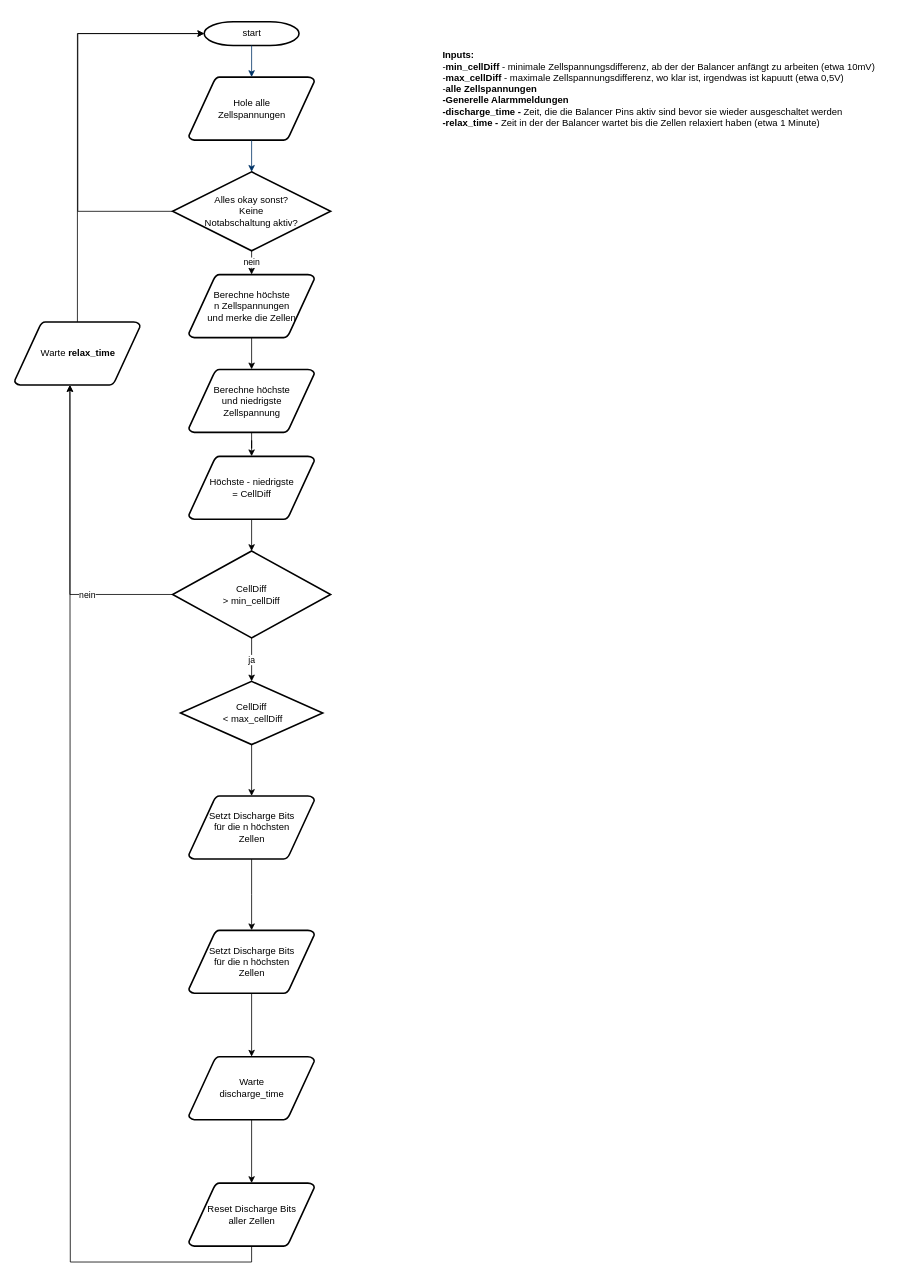
Earlier version of the draw.io diagram Balancer Flowchart.drawio (SunshadeCorp/EasyBMS-master). Source tidied: cells renumbered, new cells numbered last; positions are measured from the earlier drawing's top-left corner, leaving out a move shared by most shapes. Both pictures are drawn from the tidied source at 79%, with x=0, y=0 at pixel (14, 13).
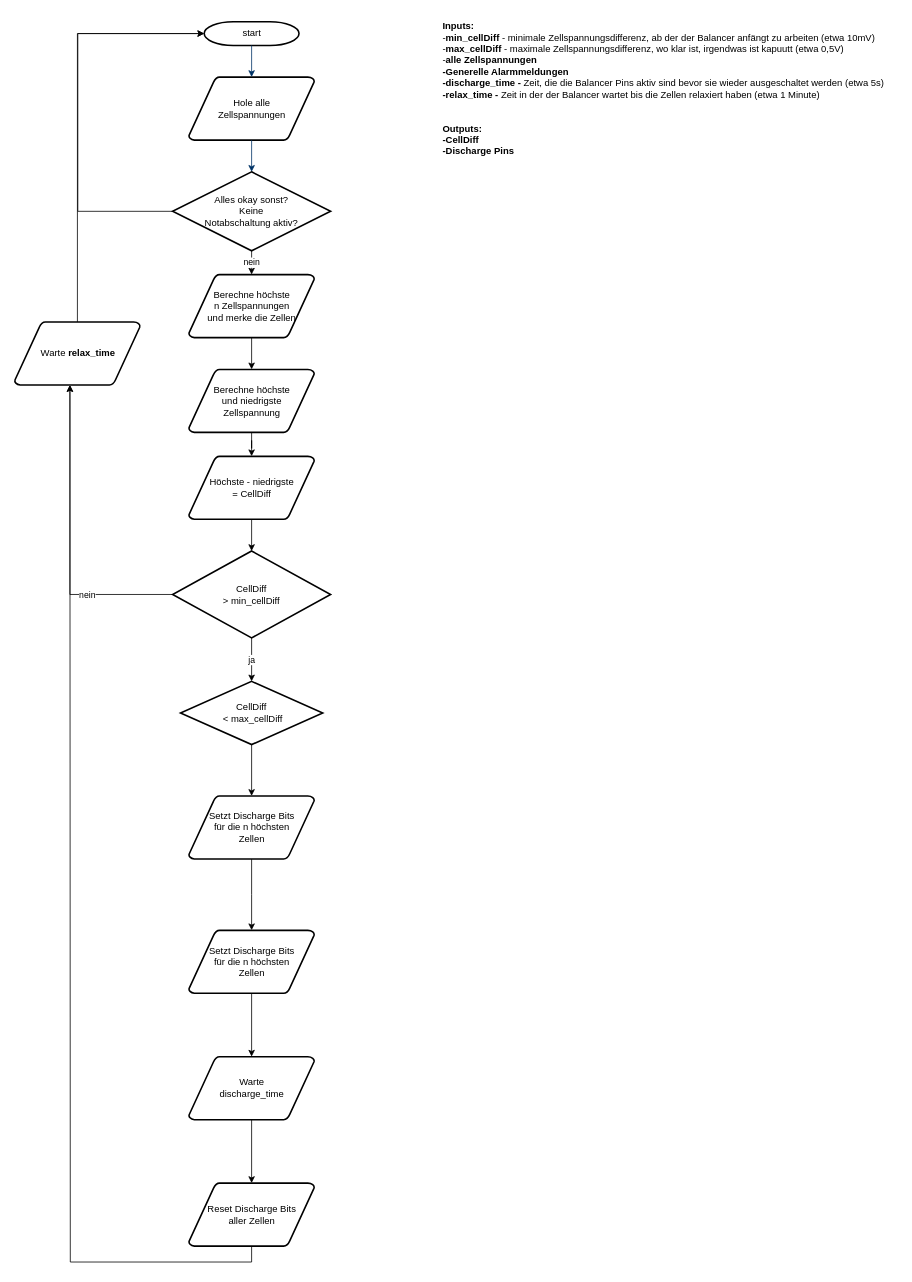
The same page after the edit.

Diff of the diagram source:
```diff
@@
-    <mxCell id="20" value="&lt;div&gt;&lt;b&gt;Inputs:&lt;/b&gt;&lt;/div&gt;&lt;div&gt;-&lt;b&gt;min_cellDiff&lt;/b&gt; - minimale Zellspannungsdifferenz, ab der der Balancer anfängt zu arbeiten (etwa 10mV)&lt;br&gt;&lt;/div&gt;&lt;div&gt;-&lt;b&gt;max_cellDiff&lt;/b&gt; - maximale Zellspannungsdifferenz, wo klar ist, irgendwas ist kapuutt (etwa 0,5V)&lt;/div&gt;&lt;div&gt;-&lt;b&gt;alle Zellspannungen&lt;/b&gt;&lt;/div&gt;&lt;div&gt;&lt;b&gt;-Generelle Alarmmeldungen&lt;/b&gt;&lt;/div&gt;&lt;div&gt;&lt;b&gt;-discharge_time -&lt;/b&gt; Zeit, die die Balancer Pins aktiv sind bevor sie wieder ausgeschaltet werden&lt;b&gt;&lt;br&gt;&lt;/b&gt;&lt;/div&gt;&lt;div&gt;&lt;b&gt;-relax_time -&lt;/b&gt; Zeit in der der Balancer wartet bis die Zellen relaxiert haben (etwa 1 Minute)&lt;b&gt;&lt;br&gt;&lt;/b&gt;&lt;/div&gt;" style="text;html=1;strokeColor=none;fillColor=none;align=left;verticalAlign=middle;whiteSpace=wrap;rounded=0;" parent="1" vertex="1">
+    <mxCell id="20" value="&lt;div&gt;&lt;b&gt;Inputs:&lt;/b&gt;&lt;/div&gt;&lt;div&gt;-&lt;b&gt;min_cellDiff&lt;/b&gt; - minimale Zellspannungsdifferenz, ab der der Balancer anfängt zu arbeiten (etwa 10mV)&lt;br&gt;&lt;/div&gt;&lt;div&gt;-&lt;b&gt;max_cellDiff&lt;/b&gt; - maximale Zellspannungsdifferenz, wo klar ist, irgendwas ist kapuutt (etwa 0,5V)&lt;/div&gt;&lt;div&gt;-&lt;b&gt;alle Zellspannungen&lt;/b&gt;&lt;/div&gt;&lt;div&gt;&lt;b&gt;-Generelle Alarmmeldungen&lt;/b&gt;&lt;/div&gt;&lt;div&gt;&lt;b&gt;-discharge_time -&lt;/b&gt; Zeit, die die Balancer Pins aktiv sind bevor sie wieder ausgeschaltet werden (etwa 5s)&lt;b&gt;&lt;br&gt;&lt;/b&gt;&lt;/div&gt;&lt;div&gt;&lt;b&gt;-relax_time -&lt;/b&gt; Zeit in der der Balancer wartet bis die Zellen relaxiert haben (etwa 1 Minute)&lt;b&gt;&lt;br&gt;&lt;/b&gt;&lt;/div&gt;&lt;div&gt;&lt;b&gt;&lt;br&gt;&lt;/b&gt;&lt;/div&gt;&lt;div&gt;&lt;b&gt;&lt;br&gt;&lt;/b&gt;&lt;/div&gt;&lt;div&gt;&lt;b&gt;Outputs:&lt;/b&gt;&lt;/div&gt;&lt;div&gt;&lt;b&gt;-CellDiff&lt;br&gt;&lt;/b&gt;&lt;/div&gt;&lt;div&gt;&lt;b&gt;-Discharge Pins&lt;/b&gt;&lt;br&gt;&lt;/div&gt;" style="text;html=1;strokeColor=none;fillColor=none;align=left;verticalAlign=middle;whiteSpace=wrap;rounded=0;" parent="1" vertex="1">
       <mxGeometry x="540" width="580" height="190" as="geometry" />
     </mxCell>
```
